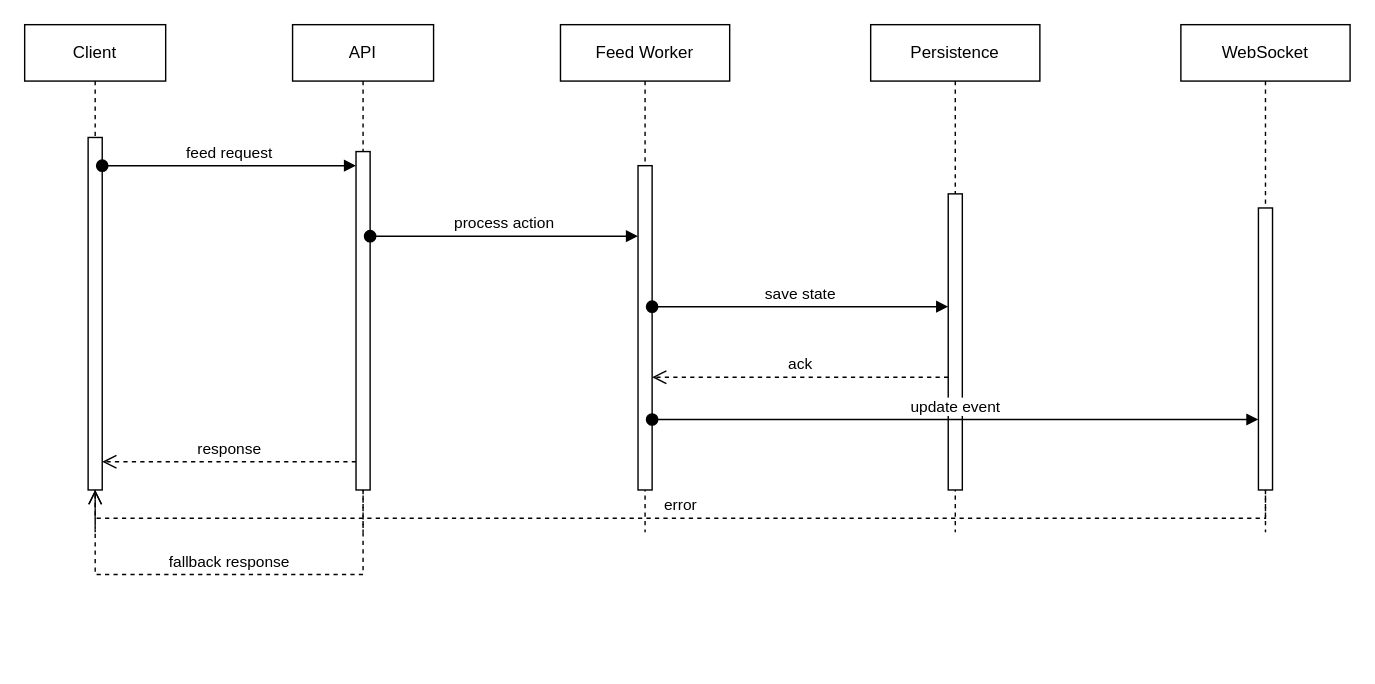
Before: report-latex/figures/drawio/chapter4_sequence.drawio in Salmen-BA21/Queue-Wait-Time-Estimation, a draw.io diagram. Source tidied: cells renumbered, new cells numbered last; positions are measured from the earlier drawing's top-left corner, leaving out a move shared by most shapes. Both pictures are drawn from the tidied source at 141%, with x=0, y=0 at pixel (24, 24).
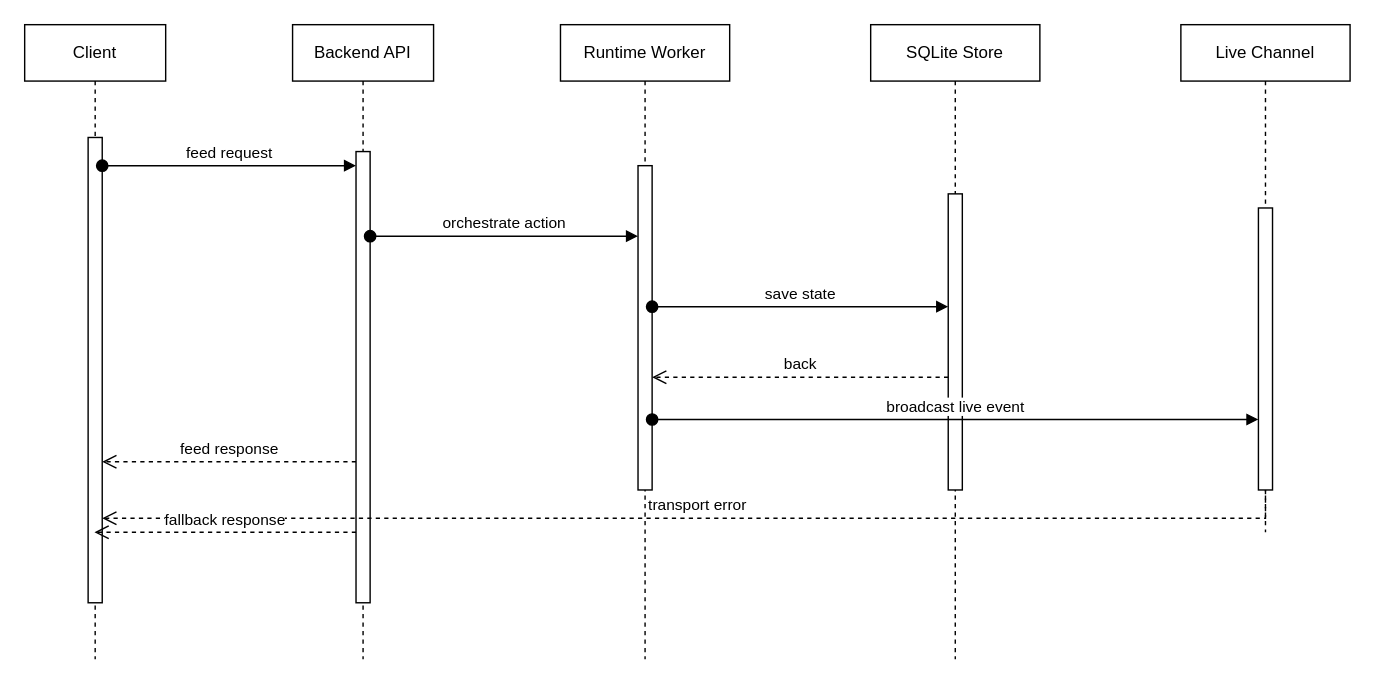
After the change.

Unchanged cells that the change refers to:
```xml
<mxCell id="7" style="html=1;points=[];perimeter=orthogonalPerimeter;outlineConnect=0;targetShapes=umlLifeline;portConstraint=eastwest;newEdgeStyle={&quot;edgeStyle&quot;:&quot;elbowEdgeStyle&quot;,&quot;elbow&quot;:&quot;vertical&quot;,&quot;curved&quot;:0,&quot;rounded&quot;:0};" parent="6" vertex="1">
  <mxGeometry x="55" y="100" width="10" height="230" as="geometry" />
</mxCell>
<mxCell id="9" style="html=1;points=[];perimeter=orthogonalPerimeter;outlineConnect=0;targetShapes=umlLifeline;portConstraint=eastwest;newEdgeStyle={&quot;edgeStyle&quot;:&quot;elbowEdgeStyle&quot;,&quot;elbow&quot;:&quot;vertical&quot;,&quot;curved&quot;:0,&quot;rounded&quot;:0};" parent="8" vertex="1">
  <mxGeometry x="55" y="120" width="10" height="210" as="geometry" />
</mxCell>
<mxCell id="11" style="html=1;points=[];perimeter=orthogonalPerimeter;outlineConnect=0;targetShapes=umlLifeline;portConstraint=eastwest;newEdgeStyle={&quot;edgeStyle&quot;:&quot;elbowEdgeStyle&quot;,&quot;elbow&quot;:&quot;vertical&quot;,&quot;curved&quot;:0,&quot;rounded&quot;:0};" parent="10" vertex="1">
  <mxGeometry x="55" y="130" width="10" height="200" as="geometry" />
</mxCell>
```

What changed in the source:
```diff
@@
     <mxCell id="2" value="Client" style="shape=umlLifeline;perimeter=lifelinePerimeter;whiteSpace=wrap;html=1;outlineConnect=0;portConstraint=eastwest;newEdgeStyle={&quot;edgeStyle&quot;:&quot;elbowEdgeStyle&quot;,&quot;elbow&quot;:&quot;vertical&quot;,&quot;curved&quot;:0,&quot;rounded&quot;:0};" parent="1" vertex="1">
-      <mxGeometry width="100" height="360" as="geometry" />
+      <mxGeometry width="100" height="450" as="geometry" />
     </mxCell>
     <mxCell id="3" style="html=1;points=[];perimeter=orthogonalPerimeter;outlineConnect=0;targetShapes=umlLifeline;portConstraint=eastwest;newEdgeStyle={&quot;edgeStyle&quot;:&quot;elbowEdgeStyle&quot;,&quot;elbow&quot;:&quot;vertical&quot;,&quot;curved&quot;:0,&quot;rounded&quot;:0};" parent="2" vertex="1">
-      <mxGeometry x="45" y="80" width="10" height="250" as="geometry" />
+      <mxGeometry x="45" y="80" width="10" height="330" as="geometry" />
     </mxCell>
-    <mxCell id="4" value="API" style="shape=umlLifeline;perimeter=lifelinePerimeter;whiteSpace=wrap;html=1;newEdgeStyle={&quot;edgeStyle&quot;:&quot;elbowEdgeStyle&quot;,&quot;elbow&quot;:&quot;vertical&quot;,&quot;curved&quot;:0,&quot;rounded&quot;:0};" parent="1" vertex="1">
-      <mxGeometry x="190" width="100" height="360" as="geometry" />
+    <mxCell id="4" value="Backend API" style="shape=umlLifeline;perimeter=lifelinePerimeter;whiteSpace=wrap;html=1;newEdgeStyle={&quot;edgeStyle&quot;:&quot;elbowEdgeStyle&quot;,&quot;elbow&quot;:&quot;vertical&quot;,&quot;curved&quot;:0,&quot;rounded&quot;:0};" parent="1" vertex="1">
+      <mxGeometry x="190" width="100" height="450" as="geometry" />
     </mxCell>
     <mxCell id="5" style="html=1;points=[];perimeter=orthogonalPerimeter;outlineConnect=0;targetShapes=umlLifeline;portConstraint=eastwest;newEdgeStyle={&quot;edgeStyle&quot;:&quot;elbowEdgeStyle&quot;,&quot;elbow&quot;:&quot;vertical&quot;,&quot;curved&quot;:0,&quot;rounded&quot;:0};" parent="4" vertex="1">
-      <mxGeometry x="45" y="90" width="10" height="240" as="geometry" />
+      <mxGeometry x="45" y="90" width="10" height="320" as="geometry" />
     </mxCell>
-    <mxCell id="6" value="Feed Worker" style="shape=umlLifeline;perimeter=lifelinePerimeter;whiteSpace=wrap;html=1;newEdgeStyle={&quot;edgeStyle&quot;:&quot;elbowEdgeStyle&quot;,&quot;elbow&quot;:&quot;vertical&quot;,&quot;curved&quot;:0,&quot;rounded&quot;:0};" parent="1" vertex="1">
-      <mxGeometry x="380" width="120" height="360" as="geometry" />
+    <mxCell id="6" value="Runtime Worker" style="shape=umlLifeline;perimeter=lifelinePerimeter;whiteSpace=wrap;html=1;newEdgeStyle={&quot;edgeStyle&quot;:&quot;elbowEdgeStyle&quot;,&quot;elbow&quot;:&quot;vertical&quot;,&quot;curved&quot;:0,&quot;rounded&quot;:0};" parent="1" vertex="1">
+      <mxGeometry x="380" width="120" height="450" as="geometry" />
     </mxCell>
@@
-    <mxCell id="8" value="Persistence" style="shape=umlLifeline;perimeter=lifelinePerimeter;whiteSpace=wrap;html=1;newEdgeStyle={&quot;edgeStyle&quot;:&quot;elbowEdgeStyle&quot;,&quot;elbow&quot;:&quot;vertical&quot;,&quot;curved&quot;:0,&quot;rounded&quot;:0};" parent="1" vertex="1">
-      <mxGeometry x="600" width="120" height="360" as="geometry" />
+    <mxCell id="8" value="SQLite Store" style="shape=umlLifeline;perimeter=lifelinePerimeter;whiteSpace=wrap;html=1;newEdgeStyle={&quot;edgeStyle&quot;:&quot;elbowEdgeStyle&quot;,&quot;elbow&quot;:&quot;vertical&quot;,&quot;curved&quot;:0,&quot;rounded&quot;:0};" parent="1" vertex="1">
+      <mxGeometry x="600" width="120" height="450" as="geometry" />
     </mxCell>
@@
-    <mxCell id="10" value="WebSocket" style="shape=umlLifeline;perimeter=lifelinePerimeter;whiteSpace=wrap;html=1;newEdgeStyle={&quot;edgeStyle&quot;:&quot;elbowEdgeStyle&quot;,&quot;elbow&quot;:&quot;vertical&quot;,&quot;curved&quot;:0,&quot;rounded&quot;:0};" parent="1" vertex="1">
+    <mxCell id="10" value="Live Channel" style="shape=umlLifeline;perimeter=lifelinePerimeter;whiteSpace=wrap;html=1;newEdgeStyle={&quot;edgeStyle&quot;:&quot;elbowEdgeStyle&quot;,&quot;elbow&quot;:&quot;vertical&quot;,&quot;curved&quot;:0,&quot;rounded&quot;:0};" parent="1" vertex="1">
       <mxGeometry x="820" width="120" height="360" as="geometry" />
     </mxCell>
@@
-    <mxCell id="13" value="process action" style="html=1;verticalAlign=bottom;startArrow=oval;endArrow=block;startSize=8;edgeStyle=elbowEdgeStyle;elbow=vertical;curved=0;rounded=0;" parent="1" edge="1" source="5" target="7">
+    <mxCell id="13" value="orchestrate action" style="html=1;verticalAlign=bottom;startArrow=oval;endArrow=block;startSize=8;edgeStyle=elbowEdgeStyle;elbow=vertical;curved=0;rounded=0;" parent="1" edge="1" source="5" target="7">
       <mxGeometry relative="1" as="geometry">
         <Array as="points">
           <mxPoint x="340" y="150" />
         </Array>
       </mxGeometry>
     </mxCell>
@@
-    <mxCell id="15" value="ack" style="html=1;verticalAlign=bottom;endArrow=open;dashed=1;endSize=8;edgeStyle=elbowEdgeStyle;elbow=vertical;curved=0;rounded=0;" parent="1" edge="1" source="9" target="7">
+    <mxCell id="15" value="back" style="html=1;verticalAlign=bottom;endArrow=open;dashed=1;endSize=8;edgeStyle=elbowEdgeStyle;elbow=vertical;curved=0;rounded=0;" parent="1" edge="1" source="9" target="7">
       <mxGeometry relative="1" as="geometry">
         <Array as="points">
           <mxPoint x="560" y="250" />
         </Array>
       </mxGeometry>
     </mxCell>
-    <mxCell id="16" value="update event" style="html=1;verticalAlign=bottom;startArrow=oval;endArrow=block;startSize=8;edgeStyle=elbowEdgeStyle;elbow=vertical;curved=0;rounded=0;" parent="1" edge="1" source="7" target="11">
+    <mxCell id="16" value="broadcast live event" style="html=1;verticalAlign=bottom;startArrow=oval;endArrow=block;startSize=8;edgeStyle=elbowEdgeStyle;elbow=vertical;curved=0;rounded=0;" parent="1" edge="1" source="7" target="11">
       <mxGeometry relative="1" as="geometry">
         <Array as="points">
           <mxPoint x="740" y="280" />
         </Array>
       </mxGeometry>
     </mxCell>
-    <mxCell id="17" value="response" style="html=1;verticalAlign=bottom;endArrow=open;dashed=1;endSize=8;edgeStyle=elbowEdgeStyle;elbow=vertical;curved=0;rounded=0;" parent="1" edge="1" source="5" target="3">
+    <mxCell id="17" value="feed response" style="html=1;verticalAlign=bottom;endArrow=open;dashed=1;endSize=8;edgeStyle=elbowEdgeStyle;elbow=vertical;curved=0;rounded=0;" parent="1" edge="1" source="5" target="3">
       <mxGeometry relative="1" as="geometry">
         <Array as="points">
           <mxPoint x="140" y="310" />
         </Array>
       </mxGeometry>
     </mxCell>
-    <mxCell id="18" value="error" style="html=1;verticalAlign=bottom;endArrow=open;dashed=1;endSize=8;edgeStyle=elbowEdgeStyle;elbow=vertical;curved=0;rounded=0;" parent="1" edge="1" source="11" target="3">
+    <mxCell id="18" value="transport error" style="html=1;verticalAlign=bottom;endArrow=open;dashed=1;endSize=8;edgeStyle=elbowEdgeStyle;elbow=vertical;curved=0;rounded=0;" parent="1" edge="1" source="11" target="3">
       <mxGeometry relative="1" as="geometry">
         <Array as="points">
           <mxPoint x="740" y="350" />
         </Array>
       </mxGeometry>
     </mxCell>
-    <mxCell id="19" value="fallback response" style="html=1;verticalAlign=bottom;endArrow=open;dashed=1;endSize=8;edgeStyle=elbowEdgeStyle;elbow=vertical;curved=0;rounded=0;" parent="1" edge="1" source="5" target="3">
+    <mxCell id="19" value="fallback response" style="html=1;verticalAlign=bottom;endArrow=open;dashed=1;endSize=8;edgeStyle=elbowEdgeStyle;elbow=vertical;curved=0;rounded=0;" parent="1" edge="1" source="5" target="2">
       <mxGeometry relative="1" as="geometry">
         <Array as="points">
-          <mxPoint x="140" y="390" />
+          <mxPoint x="150" y="360" />
         </Array>
       </mxGeometry>
     </mxCell>
```
